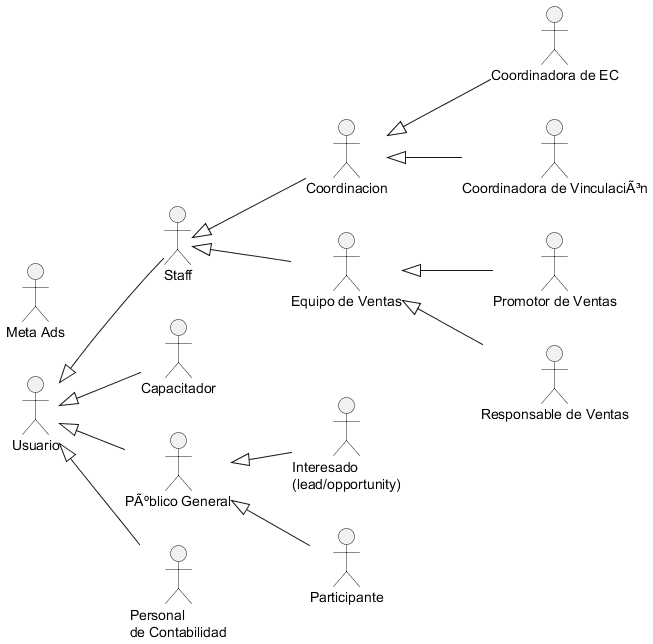
This is Docs/Requerimientos/Diagramas/img/System Actors.png from Proyectos-Vinculacion-FMAT/ECFCA, a PlantUML export, as it was before one commit.
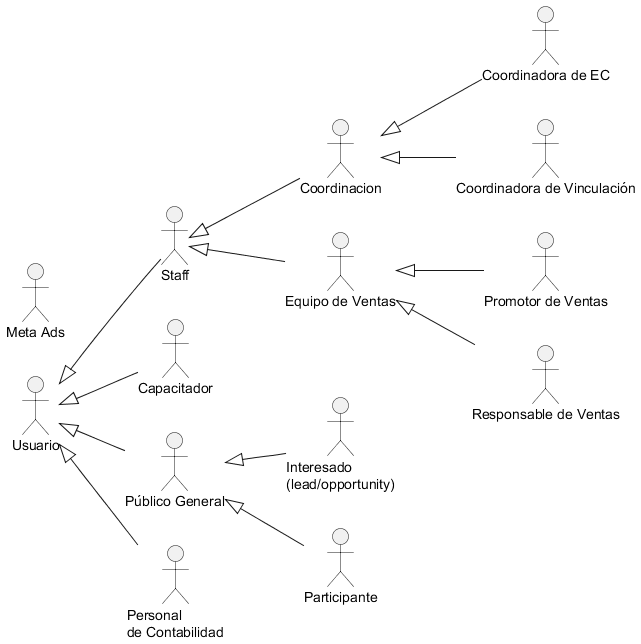
The same file after the commit.

The edit, as a diff of the source:
```diff
@@ -7,13 +7,13 @@
 actor Staff
 actor Coordinacion
 actor Capacitador
-actor "PÃºblico General" as publico_general
+actor "Público General" as publico_general
 actor "Personal\nde Contabilidad" as personal_contabilidad
 
 actor "Promotor de Ventas" as promotor_ventas
 actor "Responsable de Ventas" as responsable_ventas
 actor "Coordinadora de EC" as coordinadora_ec
-actor "Coordinadora de VinculaciÃ³n" as coordinadora_vinculacion
+actor "Coordinadora de Vinculación" as coordinadora_vinculacion
 
 
 actor "Equipo de Ventas" as equipo_ventas
```
